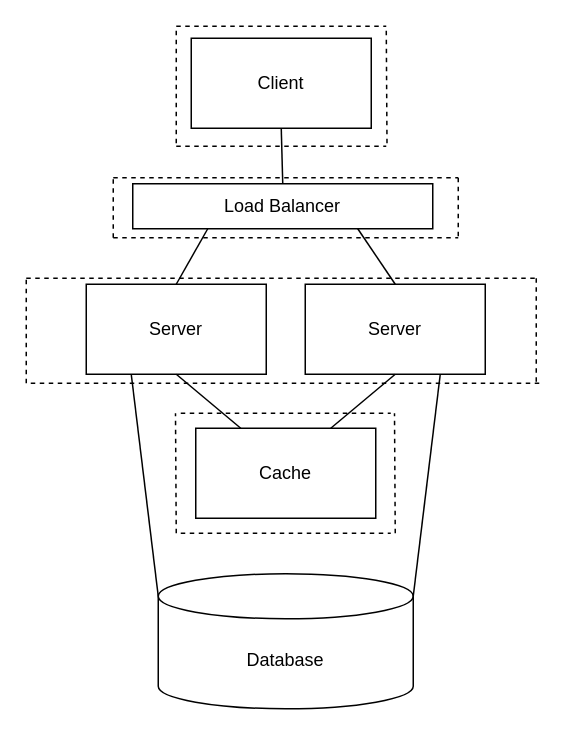
xiaonanq/API_Design_HW3_HW4 keeps this draw.io diagram as A4.drawio. Above is the earlier version. Source tidied: cells renumbered, new cells numbered last; positions are measured from the earlier drawing's top-left corner, leaving out a move shared by most shapes. Both pictures are drawn from the tidied source at 150%, with x=0, y=0 at pixel (26, 26).
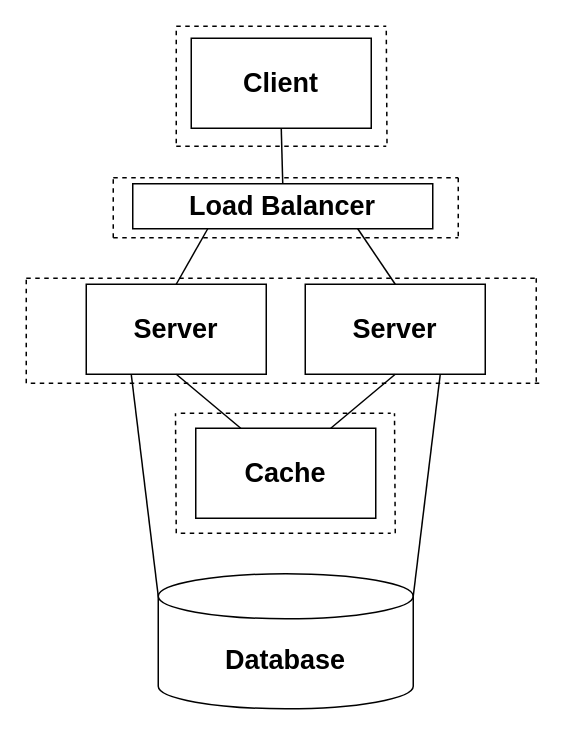
Above is the later version.

Change to the diagram source:
```diff
@@
-    <mxCell id="2" value="Client" style="rounded=0;whiteSpace=wrap;html=1;" parent="1" vertex="1">
+    <mxCell id="2" value="&lt;b&gt;&lt;font style=&quot;font-size: 18px;&quot;&gt;Client&lt;/font&gt;&lt;/b&gt;" style="rounded=0;whiteSpace=wrap;html=1;" parent="1" vertex="1">
       <mxGeometry x="110" y="8" width="120" height="60" as="geometry" />
     </mxCell>
-    <mxCell id="3" value="Server" style="rounded=0;whiteSpace=wrap;html=1;" parent="1" vertex="1">
+    <mxCell id="3" value="&lt;b&gt;&lt;font style=&quot;font-size: 18px;&quot;&gt;Server&lt;/font&gt;&lt;/b&gt;" style="rounded=0;whiteSpace=wrap;html=1;" parent="1" vertex="1">
       <mxGeometry x="40" y="172" width="120" height="60" as="geometry" />
     </mxCell>
-    <mxCell id="4" value="Server" style="rounded=0;whiteSpace=wrap;html=1;" parent="1" vertex="1">
+    <mxCell id="4" value="&lt;b&gt;&lt;font style=&quot;font-size: 18px;&quot;&gt;Server&lt;/font&gt;&lt;/b&gt;" style="rounded=0;whiteSpace=wrap;html=1;" parent="1" vertex="1">
       <mxGeometry x="186" y="172" width="120" height="60" as="geometry" />
     </mxCell>
-    <mxCell id="5" value="Load Balancer" style="rounded=0;whiteSpace=wrap;html=1;" parent="1" vertex="1">
+    <mxCell id="5" value="&lt;b&gt;&lt;font style=&quot;font-size: 18px;&quot;&gt;Load Balancer&lt;/font&gt;&lt;/b&gt;" style="rounded=0;whiteSpace=wrap;html=1;" parent="1" vertex="1">
       <mxGeometry x="71" y="105" width="200" height="30" as="geometry" />
     </mxCell>
-    <mxCell id="6" value="Cache" style="rounded=0;whiteSpace=wrap;html=1;" parent="1" vertex="1">
+    <mxCell id="6" value="&lt;b&gt;&lt;font style=&quot;font-size: 18px;&quot;&gt;Cache&lt;/font&gt;&lt;/b&gt;" style="rounded=0;whiteSpace=wrap;html=1;" parent="1" vertex="1">
       <mxGeometry x="113" y="268" width="120" height="60" as="geometry" />
     </mxCell>
-    <mxCell id="7" value="Database" style="shape=cylinder3;whiteSpace=wrap;html=1;boundedLbl=1;backgroundOutline=1;size=15;" parent="1" vertex="1">
+    <mxCell id="7" value="&lt;b&gt;&lt;font style=&quot;font-size: 18px;&quot;&gt;Database&lt;/font&gt;&lt;/b&gt;" style="shape=cylinder3;whiteSpace=wrap;html=1;boundedLbl=1;backgroundOutline=1;size=15;" parent="1" vertex="1">
       <mxGeometry x="88" y="365" width="170" height="90" as="geometry" />
     </mxCell>
```
